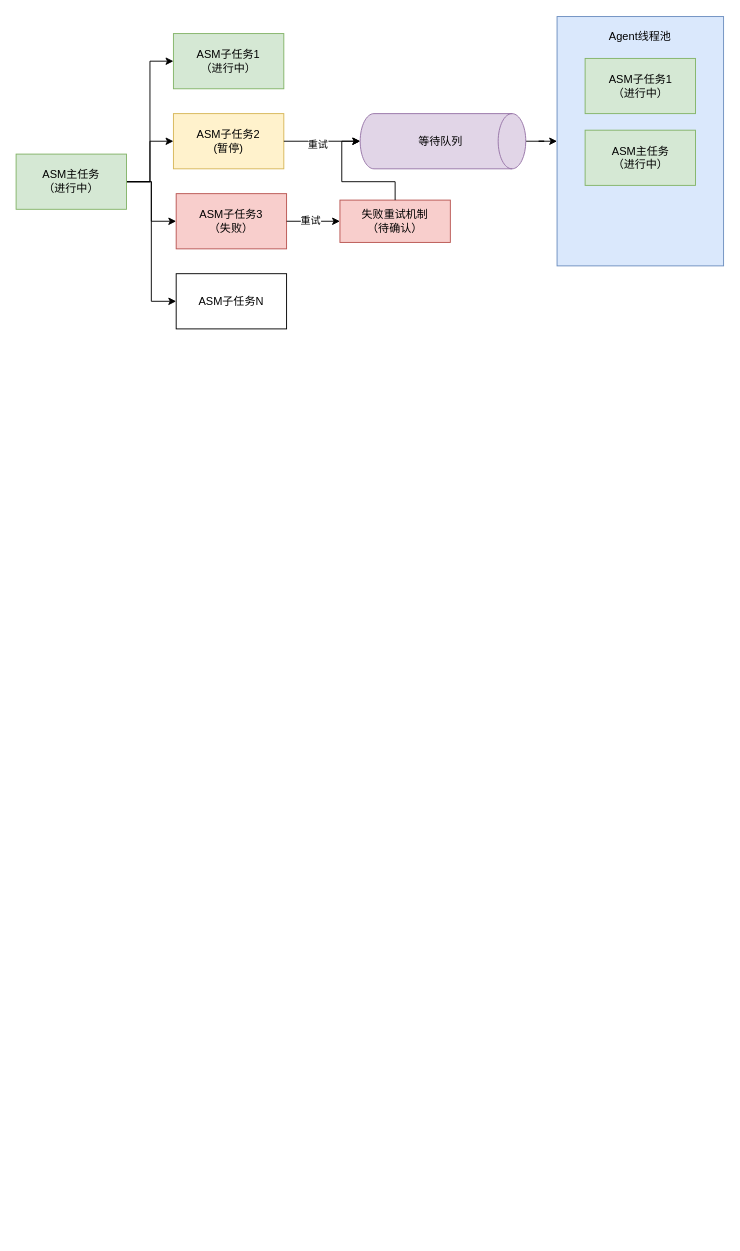
Above: page "第 2 页" (2 of 2) of easm_caasm.drawio in zecraid/draw_repo (draw.io), before the change. Source tidied: cells renumbered, new cells numbered last; positions are measured from the earlier drawing's top-left corner, leaving out a move shared by most shapes. Both pictures are drawn from the tidied source at 92%, with x=0, y=0 at pixel (16, 16).
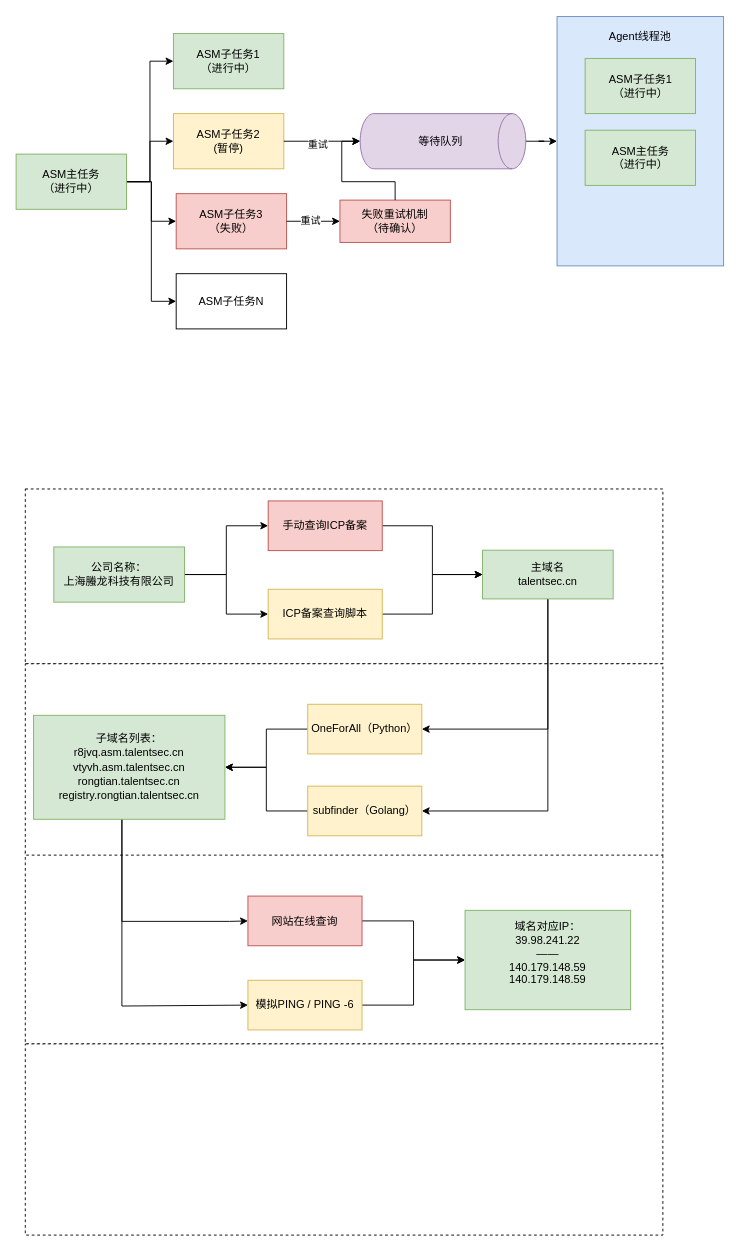
The same page after the edit.

The edit, as a diff of the source:
```diff
@@
+    <mxCell id="24" style="rounded=0;whiteSpace=wrap;html=1;dashed=1;" parent="1" vertex="1">
+      <mxGeometry x="10" y="1117" width="693" height="208" as="geometry" />
+    </mxCell>
+    <mxCell id="25" style="rounded=0;whiteSpace=wrap;html=1;dashed=1;" parent="1" vertex="1">
+      <mxGeometry x="10" y="909" width="693" height="208" as="geometry" />
+    </mxCell>
+    <mxCell id="26" style="rounded=0;whiteSpace=wrap;html=1;dashed=1;" parent="1" vertex="1">
+      <mxGeometry x="10" y="514" width="693" height="190" as="geometry" />
+    </mxCell>
+    <mxCell id="27" style="rounded=0;whiteSpace=wrap;html=1;dashed=1;" parent="1" vertex="1">
+      <mxGeometry x="10" y="704" width="693" height="208" as="geometry" />
+    </mxCell>
@@
+    <mxCell id="28" style="edgeStyle=orthogonalEdgeStyle;rounded=0;jettySize=auto;html=1;entryX=0;entryY=0.5;entryDx=0;entryDy=0;" parent="1" edge="1" source="30" target="35">
+      <mxGeometry relative="1" as="geometry" />
+    </mxCell>
+    <mxCell id="29" style="edgeStyle=orthogonalEdgeStyle;rounded=0;jettySize=auto;html=1;entryX=0;entryY=0.5;entryDx=0;entryDy=0;" parent="1" edge="1" source="30" target="37">
+      <mxGeometry relative="1" as="geometry" />
+    </mxCell>
+    <mxCell id="30" value="公司名称：&lt;div&gt;上海螣龙科技有限公司&lt;/div&gt;" style="rounded=0;whiteSpace=wrap;html=1;fillColor=#d5e8d4;strokeColor=#82b366;" parent="1" vertex="1">
+      <mxGeometry x="41" y="577" width="142" height="60" as="geometry" />
+    </mxCell>
+    <mxCell id="31" style="edgeStyle=orthogonalEdgeStyle;rounded=0;jettySize=auto;html=1;entryX=1;entryY=0.5;entryDx=0;entryDy=0;" parent="1" edge="1" source="33" target="39">
+      <mxGeometry relative="1" as="geometry">
+        <Array as="points">
+          <mxPoint x="578" y="775" />
+        </Array>
+      </mxGeometry>
+    </mxCell>
+    <mxCell id="32" style="edgeStyle=orthogonalEdgeStyle;rounded=0;jettySize=auto;html=1;entryX=1;entryY=0.5;entryDx=0;entryDy=0;" parent="1" edge="1" source="33" target="41">
+      <mxGeometry relative="1" as="geometry">
+        <Array as="points">
+          <mxPoint x="578" y="864" />
+        </Array>
+      </mxGeometry>
+    </mxCell>
+    <mxCell id="33" value="主域名&lt;div&gt;talentsec.cn&lt;/div&gt;" style="rounded=0;whiteSpace=wrap;html=1;fillColor=#d5e8d4;strokeColor=#82b366;" parent="1" vertex="1">
+      <mxGeometry x="507" y="580.5" width="142" height="53" as="geometry" />
+    </mxCell>
+    <mxCell id="34" style="edgeStyle=orthogonalEdgeStyle;rounded=0;jettySize=auto;html=1;" parent="1" edge="1" source="35" target="33">
+      <mxGeometry relative="1" as="geometry" />
+    </mxCell>
+    <mxCell id="35" value="手动查询ICP备案" style="rounded=0;whiteSpace=wrap;html=1;fillColor=#f8cecc;strokeColor=#b85450;" parent="1" vertex="1">
+      <mxGeometry x="274" y="527" width="124" height="54" as="geometry" />
+    </mxCell>
+    <mxCell id="36" style="edgeStyle=orthogonalEdgeStyle;rounded=0;jettySize=auto;html=1;" parent="1" edge="1" source="37" target="33">
+      <mxGeometry relative="1" as="geometry" />
+    </mxCell>
+    <mxCell id="37" value="ICP备案查询脚本" style="rounded=0;whiteSpace=wrap;html=1;fillColor=#fff2cc;strokeColor=#d6b656;" parent="1" vertex="1">
+      <mxGeometry x="274" y="623" width="124" height="54" as="geometry" />
+    </mxCell>
+    <mxCell id="38" style="edgeStyle=orthogonalEdgeStyle;rounded=0;jettySize=auto;html=1;" parent="1" edge="1" source="39" target="44">
+      <mxGeometry relative="1" as="geometry" />
+    </mxCell>
+    <mxCell id="39" value="OneForAll（Python）" style="rounded=0;whiteSpace=wrap;html=1;fillColor=#fff2cc;strokeColor=#d6b656;" parent="1" vertex="1">
+      <mxGeometry x="317" y="748" width="124" height="54" as="geometry" />
+    </mxCell>
+    <mxCell id="40" style="edgeStyle=orthogonalEdgeStyle;rounded=0;jettySize=auto;html=1;" parent="1" edge="1" source="41" target="44">
+      <mxGeometry relative="1" as="geometry" />
+    </mxCell>
+    <mxCell id="41" value="&lt;div class=&quot;lake-content&quot;&gt;&lt;span class=&quot;ne-text&quot;&gt;subfinder（Golang）&lt;/span&gt;&lt;/div&gt;" style="rounded=0;whiteSpace=wrap;html=1;fillColor=#fff2cc;strokeColor=#d6b656;" parent="1" vertex="1">
+      <mxGeometry x="317" y="837" width="124" height="54" as="geometry" />
+    </mxCell>
+    <mxCell id="42" style="edgeStyle=orthogonalEdgeStyle;rounded=0;jettySize=auto;html=1;entryX=0;entryY=0.5;entryDx=0;entryDy=0;" parent="1" edge="1" source="44" target="46">
+      <mxGeometry relative="1" as="geometry">
+        <Array as="points">
+          <mxPoint x="115" y="984" />
+          <mxPoint x="232" y="984" />
+        </Array>
+      </mxGeometry>
+    </mxCell>
+    <mxCell id="43" style="edgeStyle=orthogonalEdgeStyle;rounded=0;jettySize=auto;html=1;entryX=0;entryY=0.5;entryDx=0;entryDy=0;" parent="1" edge="1" source="44" target="48">
+      <mxGeometry relative="1" as="geometry">
+        <Array as="points">
+          <mxPoint x="115" y="1076" />
+        </Array>
+      </mxGeometry>
+    </mxCell>
+    <mxCell id="44" value="&lt;pre&gt;&lt;font face=&quot;Helvetica&quot;&gt;子域名列表：&lt;br&gt;r8jvq.asm.talentsec.cn&lt;br&gt;vtyvh.asm.talentsec.cn&lt;br&gt;rongtian.talentsec.cn&lt;br&gt;registry.rongtian.talentsec.cn&lt;/font&gt;&lt;/pre&gt;" style="rounded=0;whiteSpace=wrap;html=1;fillColor=#d5e8d4;strokeColor=#82b366;" parent="1" vertex="1">
+      <mxGeometry x="19" y="760" width="208" height="113" as="geometry" />
+    </mxCell>
+    <mxCell id="45" style="edgeStyle=orthogonalEdgeStyle;rounded=0;jettySize=auto;html=1;" parent="1" edge="1" source="46" target="49">
+      <mxGeometry relative="1" as="geometry" />
+    </mxCell>
+    <mxCell id="46" value="网站在线查询" style="rounded=0;whiteSpace=wrap;html=1;fillColor=#f8cecc;strokeColor=#b85450;" parent="1" vertex="1">
+      <mxGeometry x="252" y="956.5" width="124" height="54" as="geometry" />
+    </mxCell>
+    <mxCell id="47" style="edgeStyle=orthogonalEdgeStyle;rounded=0;jettySize=auto;html=1;entryX=0;entryY=0.5;entryDx=0;entryDy=0;" parent="1" edge="1" source="48" target="49">
+      <mxGeometry relative="1" as="geometry" />
+    </mxCell>
+    <mxCell id="48" value="&lt;div class=&quot;lake-content&quot;&gt;&lt;span class=&quot;ne-text&quot;&gt;模拟PING / PING -6&lt;/span&gt;&lt;/div&gt;" style="rounded=0;whiteSpace=wrap;html=1;fillColor=#fff2cc;strokeColor=#d6b656;" parent="1" vertex="1">
+      <mxGeometry x="252" y="1048" width="124" height="54" as="geometry" />
+    </mxCell>
+    <mxCell id="49" value="域名对应IP：&lt;div&gt;39.98.241.22&lt;/div&gt;&lt;div&gt;——&lt;/div&gt;&lt;div&gt;140.179.148.59&lt;/div&gt;&lt;div&gt;140.179.148.59&lt;/div&gt;&lt;div&gt;&lt;div&gt;&lt;br&gt;&lt;/div&gt;&lt;/div&gt;" style="rounded=0;whiteSpace=wrap;html=1;fillColor=#d5e8d4;strokeColor=#82b366;" parent="1" vertex="1">
+      <mxGeometry x="488" y="972" width="180" height="108" as="geometry" />
+    </mxCell>
```
